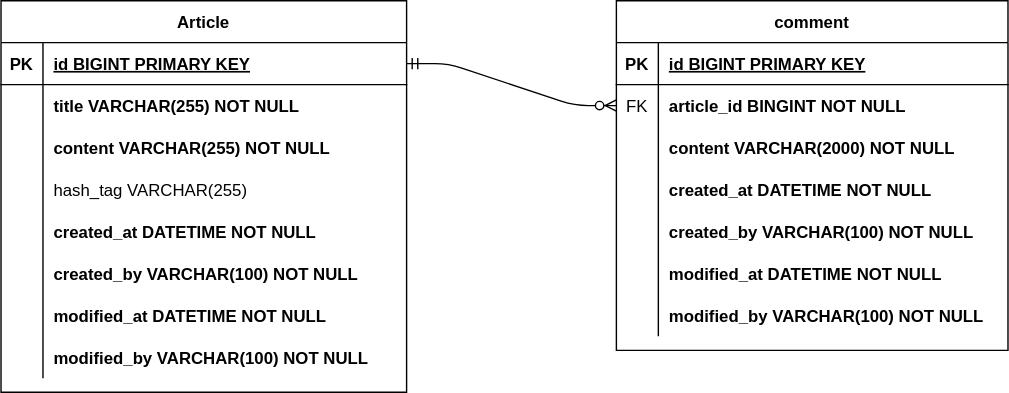
Earlier version of the draw.io export document/project-board-erd.svg (Reddyong/fc8-project-board). Source tidied: cells renumbered, new cells last; positions are measured from the earlier drawing's top-left corner, leaving out a move shared by most shapes.
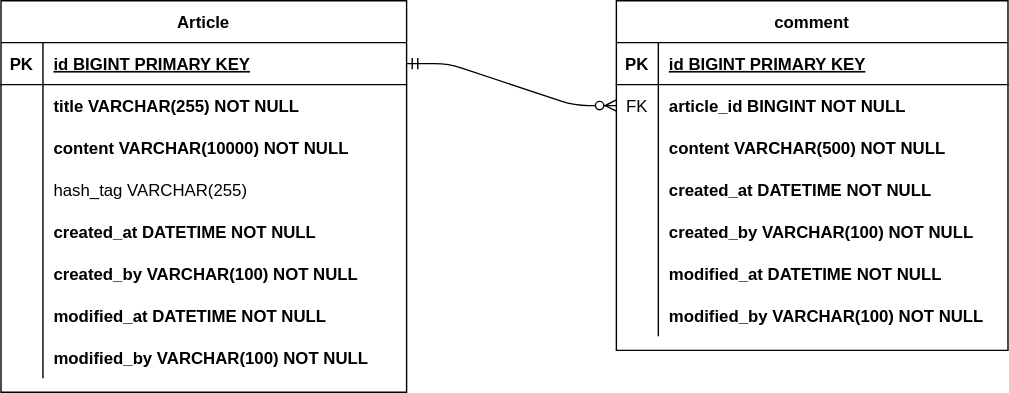
Later version of the same file.

Commit message:
#10 - project-board-erd.svg 업데이트 : content 사이즈 변경

Change to the diagram source:
```diff
@@ -32,7 +32,7 @@
     <mxCell id="11" style="shape=partialRectangle;overflow=hidden;fillColor=none;top=0;left=0;bottom=0;right=0;" parent="10" vertex="1">
       <mxGeometry width="30" height="30" as="geometry" />
     </mxCell>
-    <mxCell id="12" value="content VARCHAR(2000) NOT NULL" style="shape=partialRectangle;overflow=hidden;fillColor=none;top=0;left=0;bottom=0;right=0;align=left;spacingLeft=6;fontStyle=1;" parent="10" vertex="1">
+    <mxCell id="12" value="content VARCHAR(500) NOT NULL" style="shape=partialRectangle;overflow=hidden;fillColor=none;top=0;left=0;bottom=0;right=0;align=left;spacingLeft=6;fontStyle=1;" parent="10" vertex="1">
       <mxGeometry x="30" width="250" height="30" as="geometry" />
     </mxCell>
     <mxCell id="13" style="shape=partialRectangle;fillColor=none;top=0;left=0;right=0;bottom=0;" parent="3" vertex="1">
@@ -98,7 +98,7 @@
     <mxCell id="33" style="shape=partialRectangle;overflow=hidden;fillColor=none;top=0;left=0;bottom=0;right=0;" parent="32" vertex="1">
       <mxGeometry width="30" height="30" as="geometry" />
     </mxCell>
-    <mxCell id="34" value="content VARCHAR(255) NOT NULL" style="shape=partialRectangle;overflow=hidden;fillColor=none;top=0;left=0;bottom=0;right=0;align=left;spacingLeft=6;fontStyle=1;" parent="32" vertex="1">
+    <mxCell id="34" value="content VARCHAR(10000) NOT NULL" style="shape=partialRectangle;overflow=hidden;fillColor=none;top=0;left=0;bottom=0;right=0;align=left;spacingLeft=6;fontStyle=1;" parent="32" vertex="1">
       <mxGeometry x="30" width="260" height="30" as="geometry" />
     </mxCell>
     <mxCell id="35" style="shape=partialRectangle;fillColor=none;top=0;left=0;right=0;bottom=0;" parent="25" vertex="1">
```
